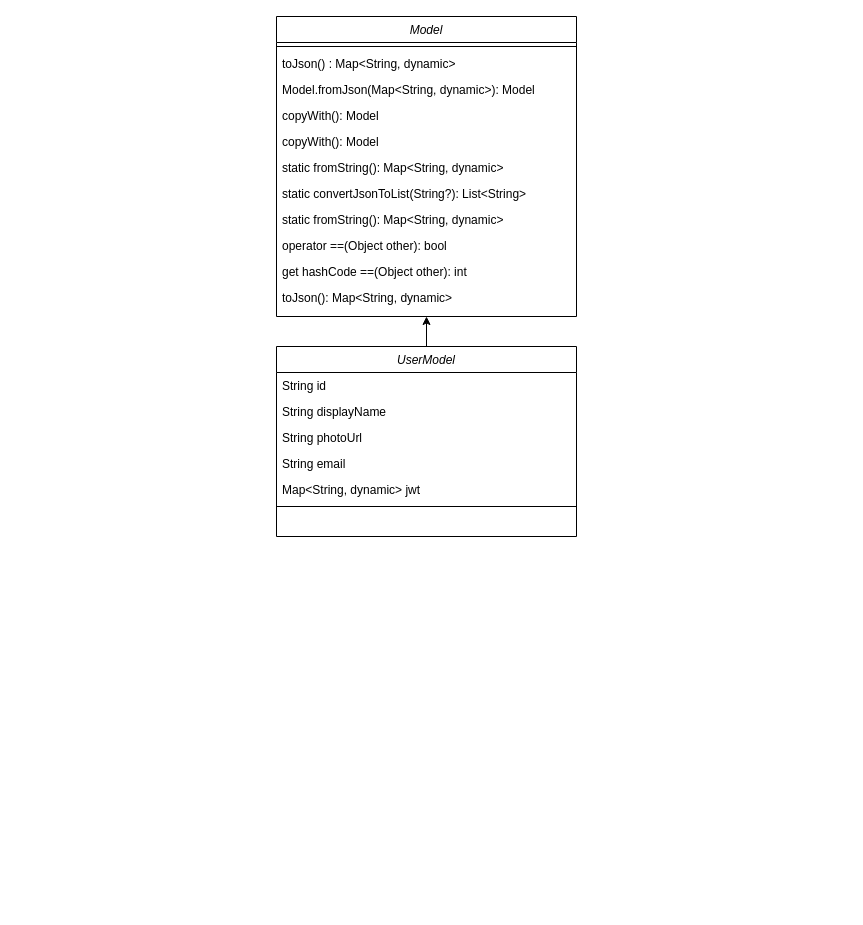
The draw.io diagram uml/uml_diagrams.drawio in grupo-jocaagura/jocaagura_domain, before the edit. Source tidied: cells renumbered, new cells numbered last; positions are measured from the earlier drawing's top-left corner, leaving out a move shared by most shapes. Both pictures are drawn from the tidied source at 100%, with x=0, y=0 at pixel (276, 16).
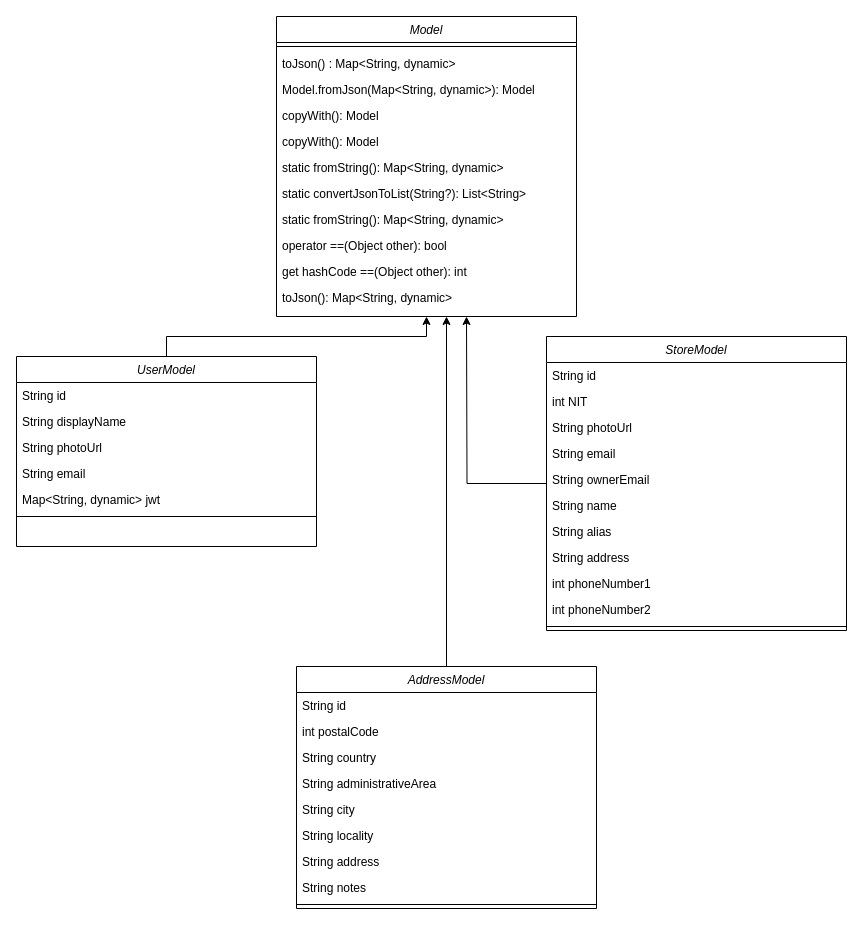
Above is the later version.

Diff of the diagram source:
```diff
@@
     <mxCell id="15" value="UserModel" style="swimlane;fontStyle=2;align=center;verticalAlign=top;horizontal=1;startSize=26;rounded=0;shadow=0;strokeWidth=1;" parent="1" vertex="1">
-      <mxGeometry y="330" width="300" height="190" as="geometry" />
+      <mxGeometry x="-260" y="340" width="300" height="190" as="geometry" />
     </mxCell>
@@
+    <mxCell id="22" style="edgeStyle=orthogonalEdgeStyle;rounded=0;jettySize=auto;html=1;" parent="1" edge="1" source="23">
+      <mxGeometry relative="1" as="geometry">
+        <mxPoint x="190" y="300" as="targetPoint" />
+      </mxGeometry>
+    </mxCell>
+    <mxCell id="23" value="StoreModel" style="swimlane;fontStyle=2;align=center;verticalAlign=top;horizontal=1;startSize=26;rounded=0;shadow=0;strokeWidth=1;" parent="1" vertex="1">
+      <mxGeometry x="270" y="320" width="300" height="294" as="geometry" />
+    </mxCell>
+    <mxCell id="24" value="String id" style="text;align=left;verticalAlign=top;spacingLeft=4;spacingRight=4;overflow=hidden;" parent="23" vertex="1">
+      <mxGeometry y="26" width="300" height="26" as="geometry" />
+    </mxCell>
+    <mxCell id="25" value="int NIT" style="text;align=left;verticalAlign=top;spacingLeft=4;spacingRight=4;overflow=hidden;" parent="23" vertex="1">
+      <mxGeometry y="52" width="300" height="26" as="geometry" />
+    </mxCell>
+    <mxCell id="26" value="String photoUrl" style="text;align=left;verticalAlign=top;spacingLeft=4;spacingRight=4;overflow=hidden;" parent="23" vertex="1">
+      <mxGeometry y="78" width="300" height="26" as="geometry" />
+    </mxCell>
+    <mxCell id="27" value="String email" style="text;align=left;verticalAlign=top;spacingLeft=4;spacingRight=4;overflow=hidden;" parent="23" vertex="1">
+      <mxGeometry y="104" width="300" height="26" as="geometry" />
+    </mxCell>
+    <mxCell id="28" value="String ownerEmail" style="text;align=left;verticalAlign=top;spacingLeft=4;spacingRight=4;overflow=hidden;" parent="23" vertex="1">
+      <mxGeometry y="130" width="300" height="26" as="geometry" />
+    </mxCell>
+    <mxCell id="29" value="String name" style="text;align=left;verticalAlign=top;spacingLeft=4;spacingRight=4;overflow=hidden;" parent="23" vertex="1">
+      <mxGeometry y="156" width="300" height="26" as="geometry" />
+    </mxCell>
+    <mxCell id="30" value="String alias" style="text;align=left;verticalAlign=top;spacingLeft=4;spacingRight=4;overflow=hidden;" parent="23" vertex="1">
+      <mxGeometry y="182" width="300" height="26" as="geometry" />
+    </mxCell>
+    <mxCell id="31" value="String address" style="text;align=left;verticalAlign=top;spacingLeft=4;spacingRight=4;overflow=hidden;" parent="23" vertex="1">
+      <mxGeometry y="208" width="300" height="26" as="geometry" />
+    </mxCell>
+    <mxCell id="32" value="int phoneNumber1" style="text;align=left;verticalAlign=top;spacingLeft=4;spacingRight=4;overflow=hidden;" parent="23" vertex="1">
+      <mxGeometry y="234" width="300" height="26" as="geometry" />
+    </mxCell>
+    <mxCell id="33" value="int phoneNumber2" style="text;align=left;verticalAlign=top;spacingLeft=4;spacingRight=4;overflow=hidden;" parent="23" vertex="1">
+      <mxGeometry y="260" width="300" height="26" as="geometry" />
+    </mxCell>
+    <mxCell id="34" style="line;html=1;strokeWidth=1;align=left;verticalAlign=middle;spacingTop=-1;spacingLeft=3;spacingRight=3;labelPosition=right;" parent="23" vertex="1">
+      <mxGeometry y="286" width="300" height="8" as="geometry" />
+    </mxCell>
+    <mxCell id="35" style="edgeStyle=orthogonalEdgeStyle;rounded=0;jettySize=auto;html=1;" parent="1" edge="1" source="36">
+      <mxGeometry relative="1" as="geometry">
+        <mxPoint x="170" y="300" as="targetPoint" />
+      </mxGeometry>
+    </mxCell>
+    <mxCell id="36" value="AddressModel" style="swimlane;fontStyle=2;align=center;verticalAlign=top;horizontal=1;startSize=26;rounded=0;shadow=0;strokeWidth=1;" parent="1" vertex="1">
+      <mxGeometry x="20" y="650" width="300" height="242" as="geometry" />
+    </mxCell>
+    <mxCell id="37" value="String id" style="text;align=left;verticalAlign=top;spacingLeft=4;spacingRight=4;overflow=hidden;" parent="36" vertex="1">
+      <mxGeometry y="26" width="300" height="26" as="geometry" />
+    </mxCell>
+    <mxCell id="38" value="int postalCode" style="text;align=left;verticalAlign=top;spacingLeft=4;spacingRight=4;overflow=hidden;" parent="36" vertex="1">
+      <mxGeometry y="52" width="300" height="26" as="geometry" />
+    </mxCell>
+    <mxCell id="39" value="String country" style="text;align=left;verticalAlign=top;spacingLeft=4;spacingRight=4;overflow=hidden;" parent="36" vertex="1">
+      <mxGeometry y="78" width="300" height="26" as="geometry" />
+    </mxCell>
+    <mxCell id="40" value="String administrativeArea" style="text;align=left;verticalAlign=top;spacingLeft=4;spacingRight=4;overflow=hidden;" parent="36" vertex="1">
+      <mxGeometry y="104" width="300" height="26" as="geometry" />
+    </mxCell>
+    <mxCell id="41" value="String city" style="text;align=left;verticalAlign=top;spacingLeft=4;spacingRight=4;overflow=hidden;" parent="36" vertex="1">
+      <mxGeometry y="130" width="300" height="26" as="geometry" />
+    </mxCell>
+    <mxCell id="42" value="String locality" style="text;align=left;verticalAlign=top;spacingLeft=4;spacingRight=4;overflow=hidden;" parent="36" vertex="1">
+      <mxGeometry y="156" width="300" height="26" as="geometry" />
+    </mxCell>
+    <mxCell id="43" value="String address" style="text;align=left;verticalAlign=top;spacingLeft=4;spacingRight=4;overflow=hidden;" parent="36" vertex="1">
+      <mxGeometry y="182" width="300" height="26" as="geometry" />
+    </mxCell>
+    <mxCell id="44" value="String notes" style="text;align=left;verticalAlign=top;spacingLeft=4;spacingRight=4;overflow=hidden;" parent="36" vertex="1">
+      <mxGeometry y="208" width="300" height="26" as="geometry" />
+    </mxCell>
+    <mxCell id="45" style="line;html=1;strokeWidth=1;align=left;verticalAlign=middle;spacingTop=-1;spacingLeft=3;spacingRight=3;labelPosition=right;" parent="36" vertex="1">
+      <mxGeometry y="234" width="300" height="8" as="geometry" />
+    </mxCell>
```
